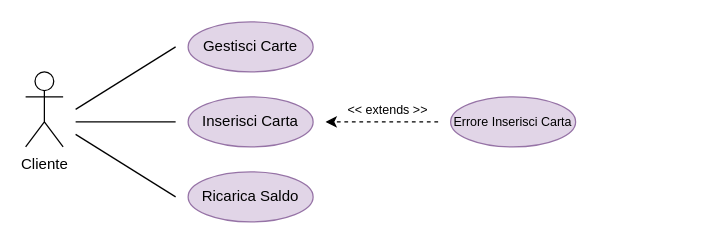
Before: 2021-11-11/Schemi/Use Cases/Gestione Pagamenti.drawio in is-shodan-20-21/docs, a draw.io diagram. Source tidied: cells renumbered, new cells numbered last; positions are measured from the earlier drawing's top-left corner, leaving out a move shared by most shapes. Both pictures are drawn from the tidied source at 125%, with x=0, y=0 at pixel (25, 21).
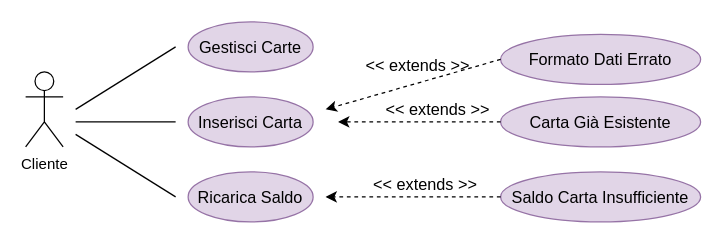
The same diagram, later.

The edit, as a diff of the source:
```diff
@@
-    <mxCell id="3" value="Gestisci Carte" style="ellipse;whiteSpace=wrap;html=1;fillColor=#e1d5e7;strokeColor=#9673a6;" parent="1" vertex="1">
+    <mxCell id="3" value="&lt;font style=&quot;font-size: 13px&quot;&gt;Gestisci Carte&lt;/font&gt;" style="ellipse;whiteSpace=wrap;html=1;fillColor=#e1d5e7;strokeColor=#9673a6;" parent="1" vertex="1">
       <mxGeometry x="130" width="100" height="40" as="geometry" />
     </mxCell>
-    <mxCell id="4" value="Inserisci Carta" style="ellipse;whiteSpace=wrap;html=1;fillColor=#e1d5e7;strokeColor=#9673a6;" parent="1" vertex="1">
+    <mxCell id="4" value="&lt;font style=&quot;font-size: 13px&quot;&gt;Inserisci Carta&lt;/font&gt;" style="ellipse;whiteSpace=wrap;html=1;fillColor=#e1d5e7;strokeColor=#9673a6;" parent="1" vertex="1">
       <mxGeometry x="130" y="60" width="100" height="40" as="geometry" />
     </mxCell>
-    <mxCell id="5" value="Ricarica Saldo" style="ellipse;whiteSpace=wrap;html=1;fillColor=#e1d5e7;strokeColor=#9673a6;" parent="1" vertex="1">
+    <mxCell id="5" value="&lt;font style=&quot;font-size: 13px&quot;&gt;Ricarica Saldo&lt;/font&gt;" style="ellipse;whiteSpace=wrap;html=1;fillColor=#e1d5e7;strokeColor=#9673a6;" parent="1" vertex="1">
       <mxGeometry x="130" y="120" width="100" height="40" as="geometry" />
     </mxCell>
@@
-    <mxCell id="9" value="Errore Inserisci Carta" style="ellipse;whiteSpace=wrap;html=1;fillColor=#e1d5e7;strokeColor=#9673a6;fontSize=10;fontColor=default;" parent="1" vertex="1">
-      <mxGeometry x="340" y="60" width="100" height="40" as="geometry" />
+    <mxCell id="9" value="&lt;font style=&quot;font-size: 13px&quot;&gt;Formato Dati Errato&lt;/font&gt;" style="ellipse;whiteSpace=wrap;html=1;fillColor=#e1d5e7;strokeColor=#9673a6;fontSize=10;fontColor=default;" parent="1" vertex="1">
+      <mxGeometry x="380" y="10" width="160" height="40" as="geometry" />
     </mxCell>
-    <mxCell id="10" style="endArrow=classic;html=1;rounded=0;fontSize=10;dashed=1;strokeColor=default;labelBackgroundColor=default;fontColor=default;" parent="1" edge="1">
+    <mxCell id="10" style="endArrow=classic;html=1;rounded=0;fontSize=10;dashed=1;strokeColor=default;labelBackgroundColor=default;fontColor=default;exitX=0;exitY=0.5;exitDx=0;exitDy=0;" parent="1" edge="1" source="9">
       <mxGeometry relative="1" as="geometry">
-        <mxPoint x="330" y="80" as="sourcePoint" />
-        <mxPoint x="240" y="80" as="targetPoint" />
+        <mxPoint x="240" y="70" as="targetPoint" />
       </mxGeometry>
     </mxCell>
-    <mxCell id="11" value="&amp;lt;&amp;lt; extends &amp;gt;&amp;gt;" style="text;html=1;strokeColor=none;fillColor=none;align=center;verticalAlign=middle;whiteSpace=wrap;rounded=0;fontSize=10;fontColor=default;" parent="1" vertex="1">
-      <mxGeometry x="250" y="65" width="80" height="10" as="geometry" />
+    <mxCell id="11" value="&lt;font style=&quot;font-size: 13px&quot;&gt;&amp;lt;&amp;lt; extends &amp;gt;&amp;gt;&lt;/font&gt;" style="text;html=1;strokeColor=none;fillColor=none;align=center;verticalAlign=middle;whiteSpace=wrap;rounded=0;fontSize=10;fontColor=default;" parent="1" vertex="1">
+      <mxGeometry x="264" y="30" width="100" height="10" as="geometry" />
     </mxCell>
+    <mxCell id="12" style="edgeStyle=orthogonalEdgeStyle;rounded=0;orthogonalLoop=1;jettySize=auto;html=1;exitX=0.5;exitY=1;exitDx=0;exitDy=0;fontSize=13;" parent="1" edge="1" source="11" target="11">
+      <mxGeometry relative="1" as="geometry" />
+    </mxCell>
+    <mxCell id="13" value="&lt;font style=&quot;font-size: 13px&quot;&gt;&amp;lt;&amp;lt; extends &amp;gt;&amp;gt;&lt;/font&gt;" style="text;html=1;strokeColor=none;fillColor=none;align=center;verticalAlign=middle;whiteSpace=wrap;rounded=0;fontSize=10;fontColor=default;" parent="1" vertex="1">
+      <mxGeometry x="270" y="125" width="100" height="10" as="geometry" />
+    </mxCell>
+    <mxCell id="14" value="&lt;font style=&quot;font-size: 13px&quot;&gt;Saldo Carta Insufficiente&lt;/font&gt;" style="ellipse;whiteSpace=wrap;html=1;fillColor=#e1d5e7;strokeColor=#9673a6;fontSize=10;fontColor=default;" parent="1" vertex="1">
+      <mxGeometry x="380" y="120" width="160" height="40" as="geometry" />
+    </mxCell>
+    <mxCell id="15" style="endArrow=classic;html=1;rounded=0;fontSize=10;dashed=1;strokeColor=default;labelBackgroundColor=default;fontColor=default;exitX=0;exitY=0.5;exitDx=0;exitDy=0;" parent="1" edge="1" source="14">
+      <mxGeometry relative="1" as="geometry">
+        <mxPoint x="240" y="140" as="targetPoint" />
+      </mxGeometry>
+    </mxCell>
+    <mxCell id="16" value="&lt;font style=&quot;font-size: 13px&quot;&gt;Carta Già Esistente&lt;/font&gt;" style="ellipse;whiteSpace=wrap;html=1;fillColor=#e1d5e7;strokeColor=#9673a6;fontSize=10;fontColor=default;" parent="1" vertex="1">
+      <mxGeometry x="380" y="60" width="160" height="40" as="geometry" />
+    </mxCell>
+    <mxCell id="17" style="endArrow=classic;html=1;rounded=0;fontSize=10;dashed=1;strokeColor=default;labelBackgroundColor=default;fontColor=default;exitX=0;exitY=0.5;exitDx=0;exitDy=0;" parent="1" edge="1" source="16">
+      <mxGeometry relative="1" as="geometry">
+        <mxPoint x="250" y="80" as="targetPoint" />
+      </mxGeometry>
+    </mxCell>
+    <mxCell id="18" value="&lt;font style=&quot;font-size: 13px&quot;&gt;&amp;lt;&amp;lt; extends &amp;gt;&amp;gt;&lt;/font&gt;" style="text;html=1;strokeColor=none;fillColor=none;align=center;verticalAlign=middle;whiteSpace=wrap;rounded=0;fontSize=10;fontColor=default;" parent="1" vertex="1">
+      <mxGeometry x="280" y="65" width="100" height="10" as="geometry" />
+    </mxCell>
```
